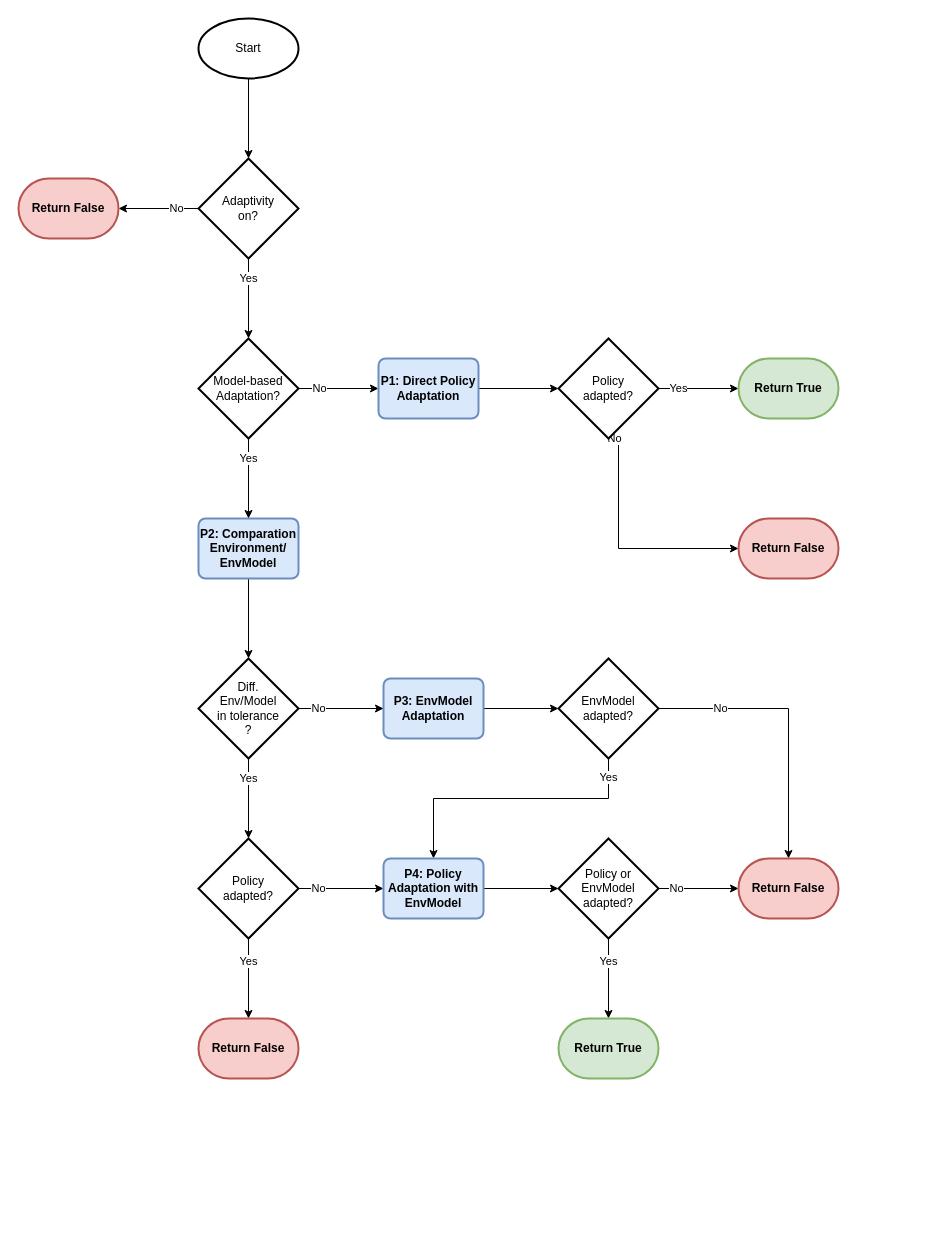
fhswf/MLPro keeps this draw.io diagram as doc/rl/flowchart agent-adapt2.drawio. Above is the earlier version. Source tidied: cells renumbered, new cells numbered last; positions are measured from the earlier drawing's top-left corner, leaving out a move shared by most shapes. Both pictures are drawn from the tidied source at 100%, with x=0, y=0 at pixel (18, 18).
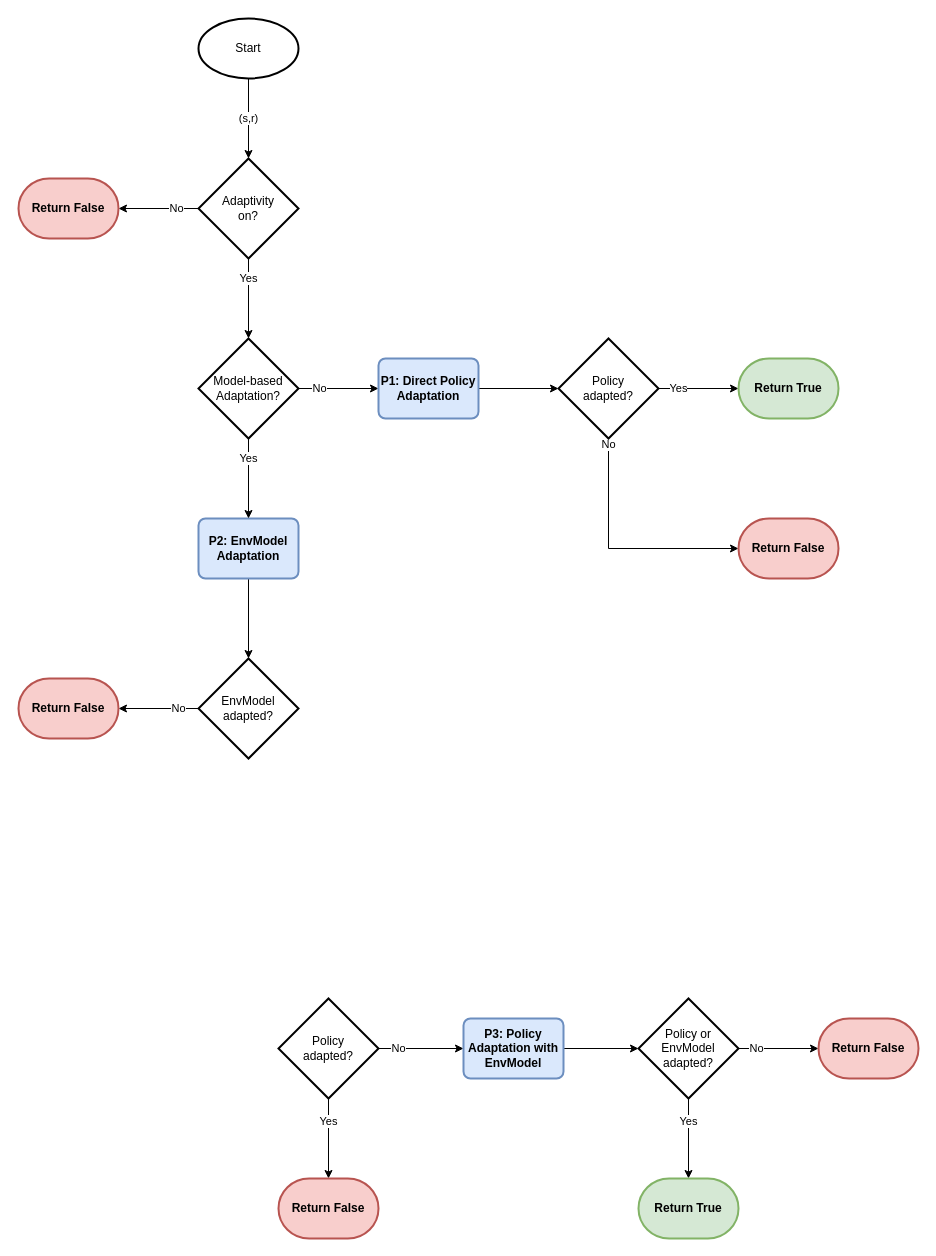
The same page after the edit.

Unchanged cells that the change refers to:
```xml
<mxCell id="3" value="Start" style="strokeWidth=2;html=1;shape=mxgraph.flowchart.start_1;whiteSpace=wrap;" parent="1" vertex="1">
  <mxGeometry x="180" width="100" height="60" as="geometry" />
</mxCell>
<mxCell id="6" value="Adaptivity&lt;br&gt;on?" style="strokeWidth=2;html=1;shape=mxgraph.flowchart.decision;whiteSpace=wrap;" parent="1" vertex="1">
  <mxGeometry x="180" y="140" width="100" height="100" as="geometry" />
</mxCell>
<mxCell id="30" value="Model-based&lt;br&gt;Adaptation?" style="strokeWidth=2;html=1;shape=mxgraph.flowchart.decision;whiteSpace=wrap;" parent="1" vertex="1">
  <mxGeometry x="180" y="320" width="100" height="100" as="geometry" />
</mxCell>
<mxCell id="36" value="Policy &lt;br&gt;adapted?" style="strokeWidth=2;html=1;shape=mxgraph.flowchart.decision;whiteSpace=wrap;" parent="1" vertex="1">
  <mxGeometry x="540" y="320" width="100" height="100" as="geometry" />
</mxCell>
<mxCell id="38" value="Return False" style="strokeWidth=2;html=1;shape=mxgraph.flowchart.terminator;whiteSpace=wrap;fillColor=#f8cecc;strokeColor=#b85450;fontStyle=1;" parent="1" vertex="1">
  <mxGeometry x="720" y="500" width="100" height="60" as="geometry" />
</mxCell>
```

The edit, as a diff of the source:
```diff
@@
-    <mxCell id="2" style="edgeStyle=orthogonalEdgeStyle;rounded=0;jettySize=auto;html=1;" parent="1" edge="1" source="3" target="6">
+    <mxCell id="2" value="(s,r)" style="edgeStyle=orthogonalEdgeStyle;rounded=0;jettySize=auto;html=1;" parent="1" edge="1" source="3" target="6">
       <mxGeometry relative="1" as="geometry" />
     </mxCell>
@@
-    <mxCell id="8" style="edgeStyle=orthogonalEdgeStyle;rounded=0;jettySize=auto;html=1;" parent="1" edge="1" source="9" target="27">
-      <mxGeometry relative="1" as="geometry" />
-    </mxCell>
-    <mxCell id="9" value="P2: Comparation&lt;br&gt;Environment/&lt;br&gt;EnvModel" style="rounded=1;whiteSpace=wrap;html=1;absoluteArcSize=1;arcSize=14;strokeWidth=2;fillColor=#dae8fc;strokeColor=#6c8ebf;fontStyle=1;" parent="1" vertex="1">
-      <mxGeometry x="180" y="500" width="100" height="60" as="geometry" />
-    </mxCell>
@@
     <mxCell id="12" value="Policy&lt;br&gt;adapted?" style="strokeWidth=2;html=1;shape=mxgraph.flowchart.decision;whiteSpace=wrap;" parent="1" vertex="1">
-      <mxGeometry x="180" y="820" width="100" height="100" as="geometry" />
+      <mxGeometry x="260" y="980" width="100" height="100" as="geometry" />
     </mxCell>
-    <mxCell id="13" value="No" style="edgeStyle=orthogonalEdgeStyle;rounded=0;jettySize=auto;html=1;entryX=0.5;entryY=0;entryDx=0;entryDy=0;entryPerimeter=0;" parent="1" edge="1" source="15" target="24">
-      <mxGeometry x="-0.56" relative="1" as="geometry" />
-    </mxCell>
-    <mxCell id="14" value="Yes" style="edgeStyle=orthogonalEdgeStyle;rounded=0;jettySize=auto;html=1;entryX=0.5;entryY=0;entryDx=0;entryDy=0;exitX=0.5;exitY=1;exitDx=0;exitDy=0;exitPerimeter=0;" parent="1" edge="1" source="15" target="19">
-      <mxGeometry x="-0.86" relative="1" as="geometry">
-        <Array as="points">
-          <mxPoint x="590" y="780" />
-          <mxPoint x="415" y="780" />
-        </Array>
-      </mxGeometry>
-    </mxCell>
+    <mxCell id="26" value="No" style="edgeStyle=orthogonalEdgeStyle;rounded=0;jettySize=auto;html=1;" parent="1" edge="1" source="15" target="39">
+      <mxGeometry x="-0.5" relative="1" as="geometry" />
+    </mxCell>
     <mxCell id="15" value="EnvModel&lt;br&gt;adapted?" style="strokeWidth=2;html=1;shape=mxgraph.flowchart.decision;whiteSpace=wrap;" parent="1" vertex="1">
-      <mxGeometry x="540" y="640" width="100" height="100" as="geometry" />
+      <mxGeometry x="180" y="640" width="100" height="100" as="geometry" />
     </mxCell>
@@
-    <mxCell id="17" value="P3: EnvModel&lt;br&gt;Adaptation" style="rounded=1;whiteSpace=wrap;html=1;absoluteArcSize=1;arcSize=14;strokeWidth=2;fillColor=#dae8fc;strokeColor=#6c8ebf;fontStyle=1;" parent="1" vertex="1">
-      <mxGeometry x="365" y="660" width="100" height="60" as="geometry" />
+    <mxCell id="17" value="P2: EnvModel&lt;br&gt;Adaptation" style="rounded=1;whiteSpace=wrap;html=1;absoluteArcSize=1;arcSize=14;strokeWidth=2;fillColor=#dae8fc;strokeColor=#6c8ebf;fontStyle=1;" parent="1" vertex="1">
+      <mxGeometry x="180" y="500" width="100" height="60" as="geometry" />
     </mxCell>
@@
-    <mxCell id="19" value="P4: Policy Adaptation with EnvModel" style="rounded=1;whiteSpace=wrap;html=1;absoluteArcSize=1;arcSize=14;strokeWidth=2;fontStyle=1;fillColor=#dae8fc;strokeColor=#6c8ebf;" parent="1" vertex="1">
-      <mxGeometry x="365" y="840" width="100" height="60" as="geometry" />
+    <mxCell id="19" value="P3: Policy Adaptation with EnvModel" style="rounded=1;whiteSpace=wrap;html=1;absoluteArcSize=1;arcSize=14;strokeWidth=2;fontStyle=1;fillColor=#dae8fc;strokeColor=#6c8ebf;" parent="1" vertex="1">
+      <mxGeometry x="445" y="1000" width="100" height="60" as="geometry" />
     </mxCell>
@@
     <mxCell id="21" value="Yes" style="edgeStyle=orthogonalEdgeStyle;rounded=0;jettySize=auto;html=1;" parent="1" edge="1" source="22" target="23">
       <mxGeometry x="-0.43" relative="1" as="geometry">
         <Array as="points">
-          <mxPoint x="590" y="940" />
-          <mxPoint x="590" y="940" />
+          <mxPoint x="670" y="1100" />
+          <mxPoint x="670" y="1100" />
         </Array>
       </mxGeometry>
     </mxCell>
     <mxCell id="22" value="Policy or EnvModel&lt;br&gt;adapted?" style="strokeWidth=2;html=1;shape=mxgraph.flowchart.decision;whiteSpace=wrap;" parent="1" vertex="1">
-      <mxGeometry x="540" y="820" width="100" height="100" as="geometry" />
+      <mxGeometry x="620" y="980" width="100" height="100" as="geometry" />
     </mxCell>
     <mxCell id="23" value="Return True" style="strokeWidth=2;html=1;shape=mxgraph.flowchart.terminator;whiteSpace=wrap;strokeColor=#82b366;fillColor=#d5e8d4;fontStyle=1;" parent="1" vertex="1">
-      <mxGeometry x="540" y="1000" width="100" height="60" as="geometry" />
+      <mxGeometry x="620" y="1160" width="100" height="60" as="geometry" />
     </mxCell>
     <mxCell id="24" value="Return False" style="strokeWidth=2;html=1;shape=mxgraph.flowchart.terminator;whiteSpace=wrap;fillColor=#f8cecc;strokeColor=#b85450;fontStyle=1;" parent="1" vertex="1">
-      <mxGeometry x="720" y="840" width="100" height="60" as="geometry" />
+      <mxGeometry x="800" y="1000" width="100" height="60" as="geometry" />
     </mxCell>
-    <mxCell id="25" value="Yes" style="edgeStyle=orthogonalEdgeStyle;rounded=0;jettySize=auto;html=1;" parent="1" edge="1" source="27" target="12">
-      <mxGeometry x="-0.5" relative="1" as="geometry" />
-    </mxCell>
-    <mxCell id="26" value="No" style="edgeStyle=orthogonalEdgeStyle;rounded=0;jettySize=auto;html=1;" parent="1" edge="1" source="27" target="17">
-      <mxGeometry x="-0.53" relative="1" as="geometry" />
-    </mxCell>
-    <mxCell id="27" value="Diff. &lt;br&gt;Env/Model&lt;br&gt;in tolerance&lt;br&gt;?" style="strokeWidth=2;html=1;shape=mxgraph.flowchart.decision;whiteSpace=wrap;" parent="1" vertex="1">
-      <mxGeometry x="180" y="640" width="100" height="100" as="geometry" />
-    </mxCell>
-    <mxCell id="28" value="Yes" style="edgeStyle=orthogonalEdgeStyle;rounded=0;jettySize=auto;html=1;exitX=0.5;exitY=1;exitDx=0;exitDy=0;exitPerimeter=0;entryX=0.5;entryY=0;entryDx=0;entryDy=0;" parent="1" edge="1" source="30" target="9">
+    <mxCell id="28" value="Yes" style="edgeStyle=orthogonalEdgeStyle;rounded=0;jettySize=auto;html=1;exitX=0.5;exitY=1;exitDx=0;exitDy=0;exitPerimeter=0;entryX=0.5;entryY=0;entryDx=0;entryDy=0;" parent="1" edge="1" source="30" target="17">
       <mxGeometry x="-0.5" relative="1" as="geometry" />
     </mxCell>
@@
     <mxCell id="31" value="Return False" style="strokeWidth=2;html=1;shape=mxgraph.flowchart.terminator;whiteSpace=wrap;fillColor=#f8cecc;strokeColor=#b85450;fontStyle=1;" parent="1" vertex="1">
-      <mxGeometry x="180" y="1000" width="100" height="60" as="geometry" />
+      <mxGeometry x="260" y="1160" width="100" height="60" as="geometry" />
     </mxCell>
@@
     <mxCell id="35" value="No" style="edgeStyle=orthogonalEdgeStyle;rounded=0;jettySize=auto;html=1;entryX=0;entryY=0.5;entryDx=0;entryDy=0;entryPerimeter=0;exitX=0.5;exitY=1;exitDx=0;exitDy=0;exitPerimeter=0;" parent="1" edge="1" source="36" target="38">
       <mxGeometry x="-0.95" relative="1" as="geometry">
         <Array as="points">
-          <mxPoint x="600" y="530" />
+          <mxPoint x="590" y="530" />
         </Array>
       </mxGeometry>
     </mxCell>
@@
+    <mxCell id="39" value="Return False" style="strokeWidth=2;html=1;shape=mxgraph.flowchart.terminator;whiteSpace=wrap;fillColor=#f8cecc;strokeColor=#b85450;fontStyle=1;" parent="1" vertex="1">
+      <mxGeometry y="660" width="100" height="60" as="geometry" />
+    </mxCell>
```
